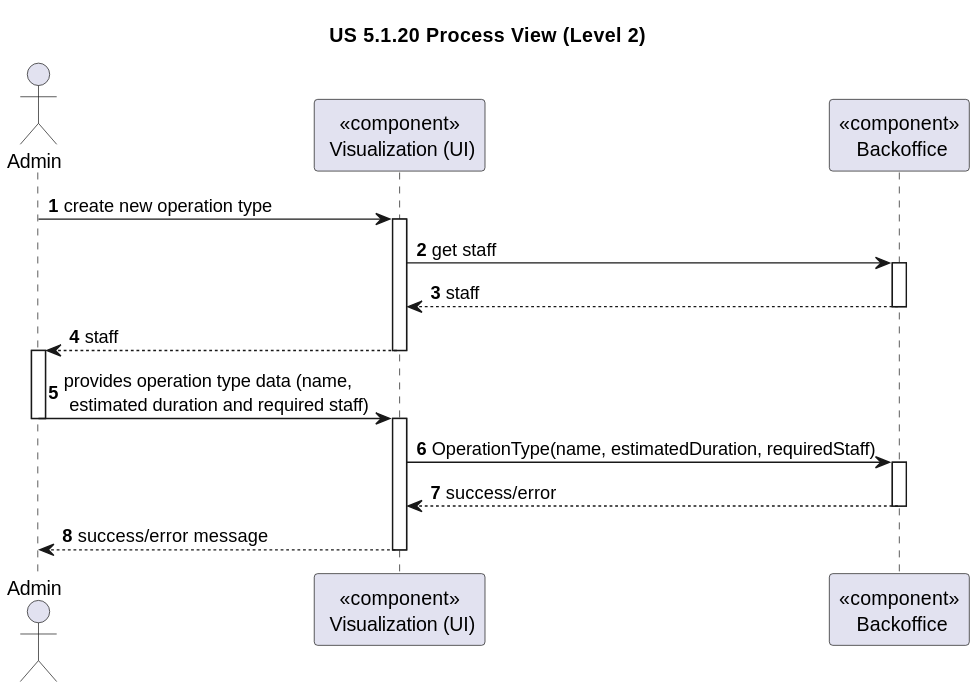
Earlier version of the PlantUML export docs/sprint-1/1220683/us-5.1.20/diagrams/Process_View/Level-2/us20-process-view-level2.svg (rita-barbosa/LAPR5-2425). Its diagram source:
```plantuml
@startuml

title US 5.1.20 Process View (Level 2)

autonumber

actor Admin
participant "<<component>>\n Visualization (UI)" as UI
participant "<<component>>\n Backoffice" as BACK


Admin -> UI : create new operation type
activate UI

UI -> BACK : get staff
activate BACK

BACK --> UI : staff
deactivate BACK

UI --> Admin : staff
deactivate UI
activate Admin

Admin -> UI : provides operation type data (name,\n estimated duration and required staff)
deactivate Admin
activate UI

UI -> BACK : OperationType(name, estimatedDuration, requiredStaff)
activate BACK

BACK --> UI : success/error
deactivate BACK

UI --> Admin : success/error message
deactivate UI
@enduml
```
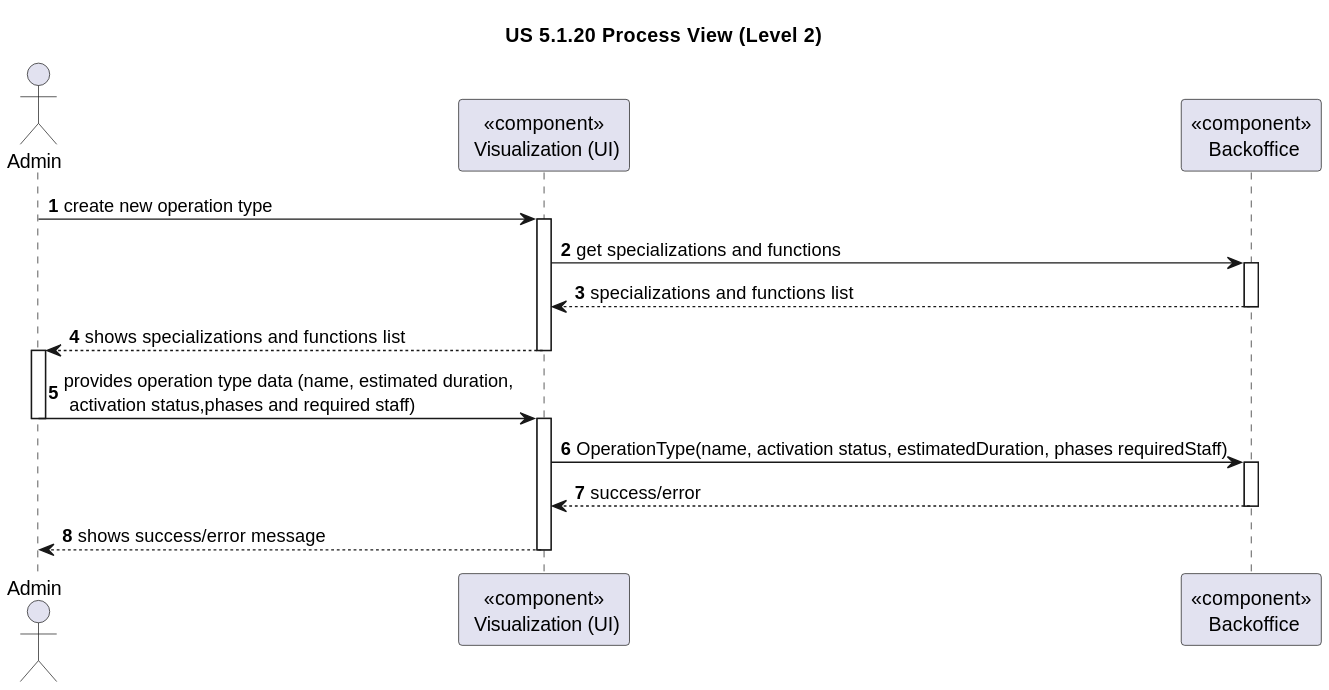
Above is the later version.

Change to the diagram source:
```diff
@@ -12,26 +12,26 @@
 Admin -> UI : create new operation type
 activate UI
 
-UI -> BACK : get staff
+UI -> BACK : get specializations and functions
 activate BACK
 
-BACK --> UI : staff
+BACK --> UI : specializations and functions list
 deactivate BACK
 
-UI --> Admin : staff
+UI --> Admin : shows specializations and functions list
 deactivate UI
 activate Admin
 
-Admin -> UI : provides operation type data (name,\n estimated duration and required staff)
+Admin -> UI : provides operation type data (name, estimated duration,\n activation status,phases and required staff)
 deactivate Admin
 activate UI
 
-UI -> BACK : OperationType(name, estimatedDuration, requiredStaff)
+UI -> BACK : OperationType(name, activation status, estimatedDuration, phases requiredStaff)
 activate BACK
 
 BACK --> UI : success/error
 deactivate BACK
 
-UI --> Admin : success/error message
+UI --> Admin : shows success/error message
 deactivate UI
 @enduml
```
